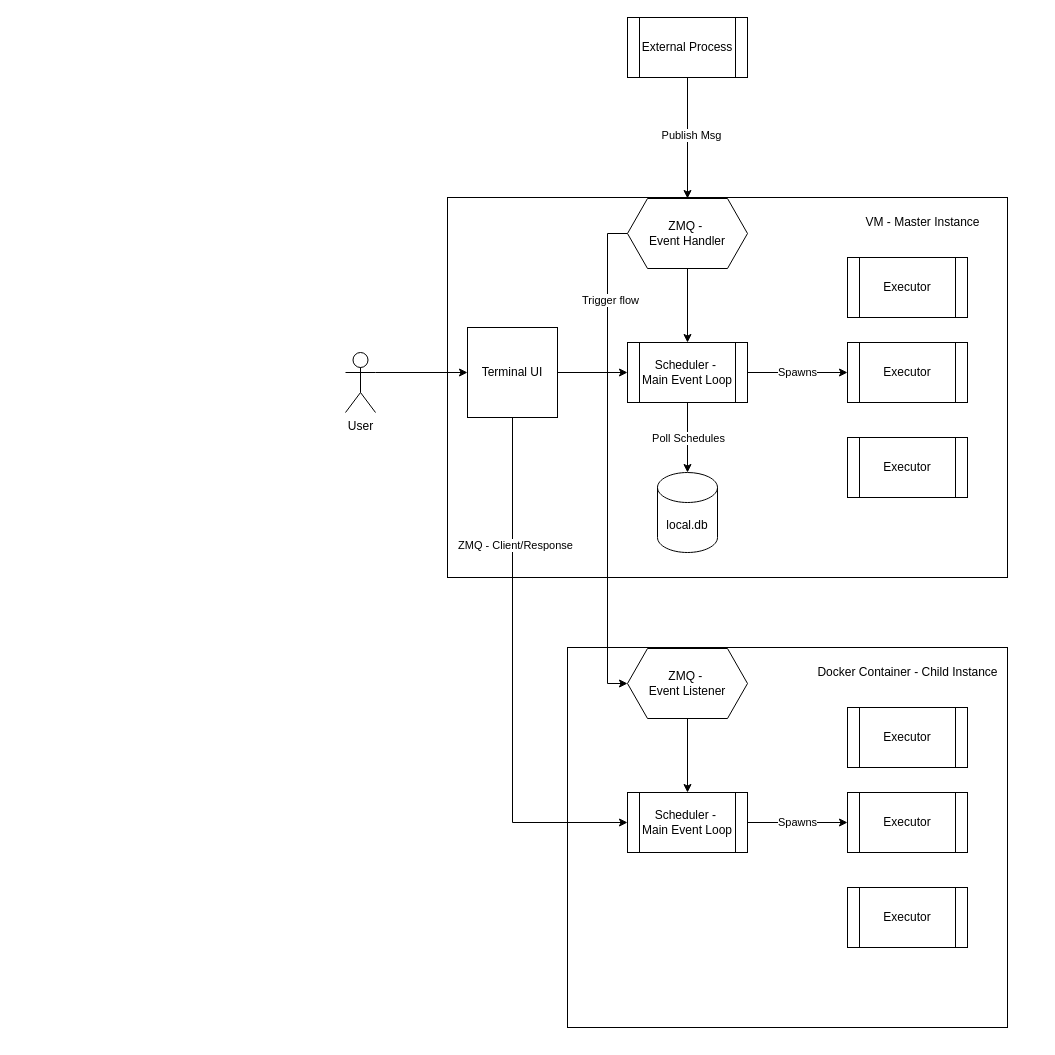
Before: Conducktor Architecture.drawio in nicelgueta/cdktr, a draw.io diagram. Source tidied: cells renumbered, new cells numbered last; positions are measured from the earlier drawing's top-left corner, leaving out a move shared by most shapes. Both pictures are drawn from the tidied source at 100%, with x=0, y=0 at pixel (345, 17).
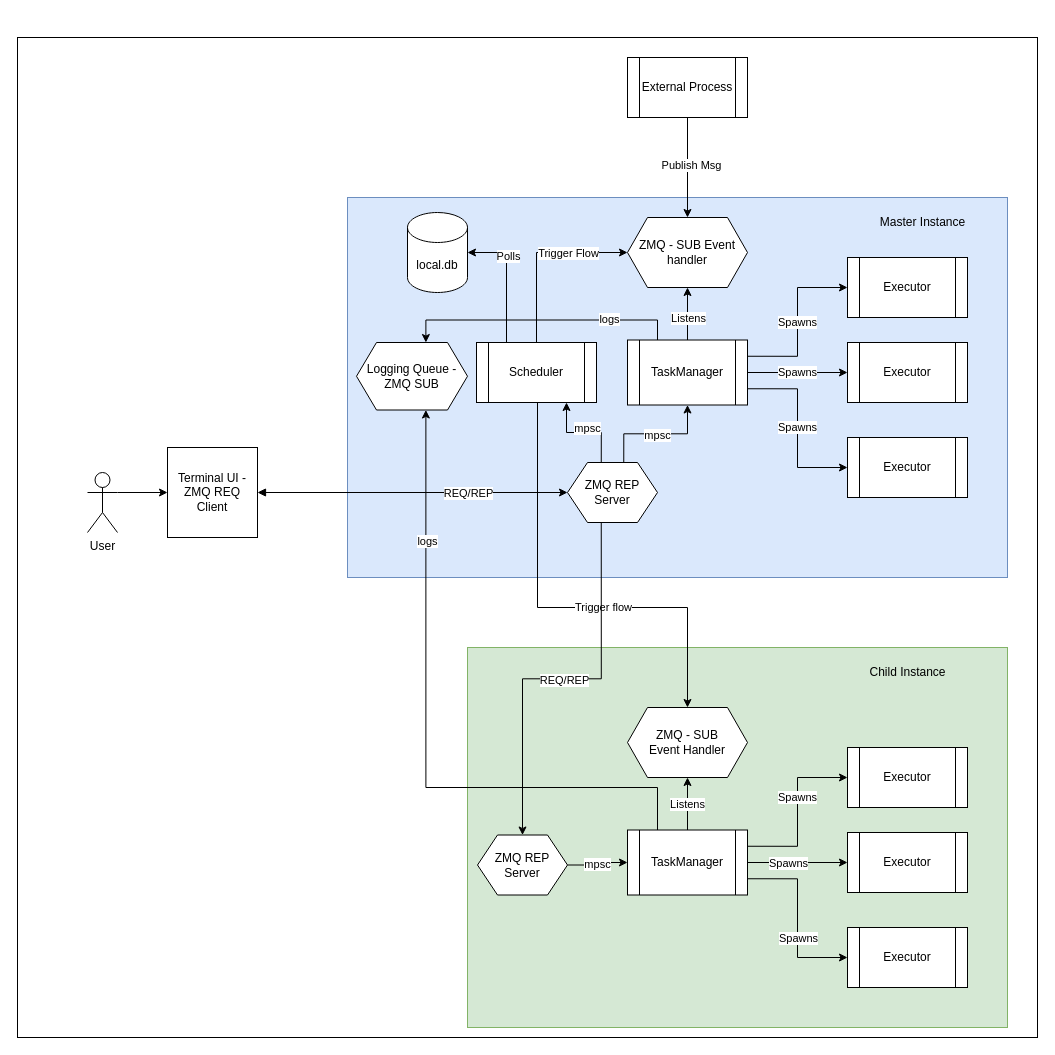
After the change.

Unchanged cells that the change refers to:
```xml
<mxCell id="23" value="Executor" style="shape=process;whiteSpace=wrap;html=1;backgroundOutline=1;" parent="1" vertex="1">
  <mxGeometry x="502" y="420" width="120" height="60" as="geometry" />
</mxCell>
<mxCell id="24" value="Executor" style="shape=process;whiteSpace=wrap;html=1;backgroundOutline=1;" parent="1" vertex="1">
  <mxGeometry x="502" y="240" width="120" height="60" as="geometry" />
</mxCell>
```

Change to the diagram source:
```diff
@@
+    <mxCell id="34" style="rounded=0;whiteSpace=wrap;html=1;align=right;shadow=0;" parent="1" vertex="1">
+      <mxGeometry x="-328" y="20" width="1020" height="1000" as="geometry" />
+    </mxCell>
-    <mxCell id="2" style="rounded=0;whiteSpace=wrap;html=1;align=right;" parent="1" vertex="1">
-      <mxGeometry x="222" y="630" width="440" height="380" as="geometry" />
+    <mxCell id="2" style="rounded=0;whiteSpace=wrap;html=1;align=right;fillColor=#d5e8d4;strokeColor=#82b366;" parent="1" vertex="1">
+      <mxGeometry x="122" y="630" width="540" height="380" as="geometry" />
     </mxCell>
-    <mxCell id="3" style="rounded=0;whiteSpace=wrap;html=1;align=right;" parent="1" vertex="1">
-      <mxGeometry x="102" y="180" width="560" height="380" as="geometry" />
+    <mxCell id="3" style="rounded=0;whiteSpace=wrap;html=1;align=right;fillColor=#dae8fc;strokeColor=#6c8ebf;" parent="1" vertex="1">
+      <mxGeometry x="2" y="180" width="660" height="380" as="geometry" />
     </mxCell>
@@
     <mxCell id="5" value="User" style="shape=umlActor;verticalLabelPosition=bottom;verticalAlign=top;html=1;outlineConnect=0;" parent="1" vertex="1">
-      <mxGeometry y="335" width="30" height="60" as="geometry" />
+      <mxGeometry x="-258" y="455" width="30" height="60" as="geometry" />
     </mxCell>
     <mxCell id="6" value="local.db" style="shape=cylinder3;whiteSpace=wrap;html=1;boundedLbl=1;backgroundOutline=1;size=15;" parent="1" vertex="1">
-      <mxGeometry x="312" y="455" width="60" height="80" as="geometry" />
+      <mxGeometry x="62" y="195" width="60" height="80" as="geometry" />
     </mxCell>
-    <mxCell id="7" style="edgeStyle=orthogonalEdgeStyle;rounded=0;jettySize=auto;html=1;entryX=0;entryY=0.5;entryDx=0;entryDy=0;" parent="1" edge="1" source="10" target="12">
-      <mxGeometry relative="1" as="geometry" />
-    </mxCell>
-    <mxCell id="8" style="edgeStyle=orthogonalEdgeStyle;rounded=0;jettySize=auto;html=1;entryX=0;entryY=0.5;entryDx=0;entryDy=0;exitX=0.5;exitY=1;exitDx=0;exitDy=0;" parent="1" edge="1" source="10" target="27">
-      <mxGeometry relative="1" as="geometry" />
-    </mxCell>
-    <mxCell id="9" value="ZMQ - Client/Response" style="edgeLabel;html=1;align=center;verticalAlign=middle;" parent="8" vertex="1">
-      <mxGeometry x="-0.51" y="2" relative="1" as="geometry" />
-    </mxCell>
+    <mxCell id="35" style="edgeStyle=orthogonalEdgeStyle;rounded=0;jettySize=auto;html=1;exitX=1;exitY=0.5;exitDx=0;exitDy=0;entryX=0;entryY=0.5;entryDx=0;entryDy=0;startArrow=block;startFill=1;" parent="1" edge="1" source="10" target="69">
+      <mxGeometry relative="1" as="geometry" />
+    </mxCell>
+    <mxCell id="36" value="REQ/REP" style="edgeLabel;html=1;align=center;verticalAlign=middle;" parent="35" vertex="1">
+      <mxGeometry x="-0.02" y="1" relative="1" as="geometry">
+        <mxPoint x="58" y="1" as="offset" />
+      </mxGeometry>
+    </mxCell>
-    <mxCell id="10" value="Terminal UI" style="whiteSpace=wrap;html=1;" parent="1" vertex="1">
-      <mxGeometry x="122" y="310" width="90" height="90" as="geometry" />
+    <mxCell id="10" value="Terminal UI - ZMQ REQ Client" style="whiteSpace=wrap;html=1;" parent="1" vertex="1">
+      <mxGeometry x="-178" y="430" width="90" height="90" as="geometry" />
     </mxCell>
@@
+    <mxCell id="37" style="edgeStyle=orthogonalEdgeStyle;rounded=0;jettySize=auto;html=1;exitX=0.5;exitY=0;exitDx=0;exitDy=0;entryX=0.5;entryY=1;entryDx=0;entryDy=0;" parent="1" edge="1" source="12" target="19">
+      <mxGeometry relative="1" as="geometry" />
+    </mxCell>
+    <mxCell id="38" value="Listens" style="edgeLabel;html=1;align=center;verticalAlign=middle;" parent="37" vertex="1">
+      <mxGeometry x="-0.37" relative="1" as="geometry">
+        <mxPoint y="-5" as="offset" />
+      </mxGeometry>
+    </mxCell>
+    <mxCell id="39" style="edgeStyle=orthogonalEdgeStyle;rounded=0;jettySize=auto;html=1;exitX=0.25;exitY=0;exitDx=0;exitDy=0;entryX=0.625;entryY=0;entryDx=0;entryDy=0;" parent="1" edge="1" source="12" target="73">
+      <mxGeometry relative="1" as="geometry" />
+    </mxCell>
+    <mxCell id="40" value="logs" style="edgeLabel;html=1;align=center;verticalAlign=middle;" parent="39" vertex="1">
+      <mxGeometry x="-0.5" y="-1" relative="1" as="geometry" />
+    </mxCell>
-    <mxCell id="12" value="Scheduler -&amp;nbsp;&lt;div&gt;Main Event Loop&lt;/div&gt;" style="shape=process;whiteSpace=wrap;html=1;backgroundOutline=1;" parent="1" vertex="1">
-      <mxGeometry x="282" y="325" width="120" height="60" as="geometry" />
+    <mxCell id="12" value="TaskManager" style="shape=process;whiteSpace=wrap;html=1;backgroundOutline=1;" parent="1" vertex="1">
+      <mxGeometry x="282" y="322.5" width="120" height="65" as="geometry" />
     </mxCell>
@@
-    <mxCell id="14" style="edgeStyle=orthogonalEdgeStyle;rounded=0;jettySize=auto;html=1;exitX=0.5;exitY=1;exitDx=0;exitDy=0;entryX=0.5;entryY=0;entryDx=0;entryDy=0;entryPerimeter=0;" parent="1" edge="1" source="12" target="6">
-      <mxGeometry relative="1" as="geometry" />
-    </mxCell>
-    <mxCell id="15" value="Poll Schedules" style="edgeLabel;html=1;align=center;verticalAlign=middle;" parent="14" vertex="1">
-      <mxGeometry x="0.34" relative="1" as="geometry">
-        <mxPoint y="-12" as="offset" />
-      </mxGeometry>
-    </mxCell>
-    <mxCell id="16" style="edgeStyle=orthogonalEdgeStyle;rounded=0;jettySize=auto;html=1;exitX=0.5;exitY=1;exitDx=0;exitDy=0;" parent="1" edge="1" source="19" target="12">
-      <mxGeometry relative="1" as="geometry" />
-    </mxCell>
-    <mxCell id="17" style="edgeStyle=orthogonalEdgeStyle;rounded=0;jettySize=auto;html=1;exitX=0;exitY=0.5;exitDx=0;exitDy=0;entryX=0;entryY=0.5;entryDx=0;entryDy=0;" parent="1" edge="1" source="19" target="30">
-      <mxGeometry relative="1" as="geometry" />
-    </mxCell>
-    <mxCell id="18" value="Trigger flow" style="edgeLabel;html=1;align=center;verticalAlign=middle;" parent="17" vertex="1">
-      <mxGeometry x="-0.65" y="2" relative="1" as="geometry" />
-    </mxCell>
-    <mxCell id="19" value="ZMQ -&amp;nbsp;&lt;div&gt;Event Handler&lt;/div&gt;" style="shape=hexagon;perimeter=hexagonPerimeter2;whiteSpace=wrap;html=1;fixedSize=1;" parent="1" vertex="1">
-      <mxGeometry x="282" y="181" width="120" height="70" as="geometry" />
+    <mxCell id="19" value="ZMQ - SUB Event handler" style="shape=hexagon;perimeter=hexagonPerimeter2;whiteSpace=wrap;html=1;fixedSize=1;" parent="1" vertex="1">
+      <mxGeometry x="282" y="200" width="120" height="70" as="geometry" />
     </mxCell>
@@
     <mxCell id="22" value="External Process" style="shape=process;whiteSpace=wrap;html=1;backgroundOutline=1;" parent="1" vertex="1">
-      <mxGeometry x="282" width="120" height="60" as="geometry" />
+      <mxGeometry x="282" y="40" width="120" height="60" as="geometry" />
     </mxCell>
@@
-    <mxCell id="25" value="VM - Master Instance" style="text;html=1;align=center;verticalAlign=middle;strokeColor=none;fillColor=none;" parent="1" vertex="1">
-      <mxGeometry x="507" y="190" width="140" height="30" as="geometry" />
+    <mxCell id="25" value="Master Instance" style="text;html=1;align=center;verticalAlign=middle;strokeColor=none;fillColor=none;" parent="1" vertex="1">
+      <mxGeometry x="522" y="190" width="110" height="30" as="geometry" />
     </mxCell>
-    <mxCell id="26" value="Spawns" style="edgeStyle=orthogonalEdgeStyle;rounded=0;jettySize=auto;html=1;" parent="1" edge="1" source="27" target="28">
-      <mxGeometry relative="1" as="geometry" />
+    <mxCell id="26" value="Spawns" style="edgeStyle=orthogonalEdgeStyle;rounded=0;orthogonalLoop=1;jettySize=auto;html=1;" parent="1" edge="1">
+      <mxGeometry relative="1" as="geometry">
+        <mxPoint x="502" y="805" as="targetPoint" />
+      </mxGeometry>
     </mxCell>
-    <mxCell id="27" value="Scheduler -&amp;nbsp;&lt;div&gt;Main Event Loop&lt;/div&gt;" style="shape=process;whiteSpace=wrap;html=1;backgroundOutline=1;" parent="1" vertex="1">
-      <mxGeometry x="282" y="775" width="120" height="60" as="geometry" />
-    </mxCell>
-    <mxCell id="28" value="Executor" style="shape=process;whiteSpace=wrap;html=1;backgroundOutline=1;" parent="1" vertex="1">
-      <mxGeometry x="502" y="775" width="120" height="60" as="geometry" />
-    </mxCell>
-    <mxCell id="29" style="edgeStyle=orthogonalEdgeStyle;rounded=0;jettySize=auto;html=1;exitX=0.5;exitY=1;exitDx=0;exitDy=0;" parent="1" edge="1" source="30" target="27">
-      <mxGeometry relative="1" as="geometry" />
+    <mxCell id="29" style="edgeStyle=orthogonalEdgeStyle;rounded=0;orthogonalLoop=1;jettySize=auto;html=1;exitX=0.5;exitY=1;exitDx=0;exitDy=0;" parent="1" edge="1">
+      <mxGeometry relative="1" as="geometry">
+        <mxPoint x="332" y="710" as="sourcePoint" />
+      </mxGeometry>
     </mxCell>
-    <mxCell id="30" value="ZMQ -&amp;nbsp;&lt;div&gt;Event Listener&lt;/div&gt;" style="shape=hexagon;perimeter=hexagonPerimeter2;whiteSpace=wrap;html=1;fixedSize=1;" parent="1" vertex="1">
-      <mxGeometry x="282" y="631" width="120" height="70" as="geometry" />
-    </mxCell>
-    <mxCell id="31" value="Executor" style="shape=process;whiteSpace=wrap;html=1;backgroundOutline=1;" parent="1" vertex="1">
-      <mxGeometry x="502" y="870" width="120" height="60" as="geometry" />
-    </mxCell>
-    <mxCell id="32" value="Executor" style="shape=process;whiteSpace=wrap;html=1;backgroundOutline=1;" parent="1" vertex="1">
-      <mxGeometry x="502" y="690" width="120" height="60" as="geometry" />
-    </mxCell>
-    <mxCell id="33" value="Docker Container - Child Instance" style="text;html=1;align=center;verticalAlign=middle;strokeColor=none;fillColor=none;" parent="1" vertex="1">
-      <mxGeometry x="462" y="640" width="200" height="30" as="geometry" />
+    <mxCell id="33" value="Child Instance" style="text;html=1;align=center;verticalAlign=middle;strokeColor=none;fillColor=none;" parent="1" vertex="1">
+      <mxGeometry x="512" y="640" width="100" height="30" as="geometry" />
     </mxCell>
+    <mxCell id="41" value="Spawns" style="edgeStyle=orthogonalEdgeStyle;rounded=0;jettySize=auto;html=1;exitX=1;exitY=0.25;exitDx=0;exitDy=0;entryX=0;entryY=0.5;entryDx=0;entryDy=0;" parent="1" edge="1" source="12" target="24">
+      <mxGeometry relative="1" as="geometry" />
+    </mxCell>
+    <mxCell id="42" value="Spawns" style="edgeStyle=orthogonalEdgeStyle;rounded=0;jettySize=auto;html=1;exitX=1;exitY=0.75;exitDx=0;exitDy=0;entryX=0;entryY=0.5;entryDx=0;entryDy=0;" parent="1" edge="1" source="12" target="23">
+      <mxGeometry relative="1" as="geometry" />
+    </mxCell>
+    <mxCell id="43" style="edgeStyle=orthogonalEdgeStyle;rounded=0;jettySize=auto;html=1;exitX=0.5;exitY=0;exitDx=0;exitDy=0;entryX=0;entryY=0.5;entryDx=0;entryDy=0;" parent="1" edge="1" source="46" target="19">
+      <mxGeometry relative="1" as="geometry" />
+    </mxCell>
+    <mxCell id="44" value="Trigger Flow" style="edgeLabel;html=1;align=center;verticalAlign=middle;" parent="43" vertex="1">
+      <mxGeometry x="0.21" relative="1" as="geometry">
+        <mxPoint x="11" as="offset" />
+      </mxGeometry>
+    </mxCell>
+    <mxCell id="45" style="edgeStyle=orthogonalEdgeStyle;rounded=0;jettySize=auto;html=1;exitX=0.5;exitY=1;exitDx=0;exitDy=0;entryX=0.5;entryY=0;entryDx=0;entryDy=0;" parent="1" edge="1" source="46" target="60">
+      <mxGeometry relative="1" as="geometry">
+        <Array as="points">
+          <mxPoint x="192" y="590" />
+          <mxPoint x="342" y="590" />
+        </Array>
+      </mxGeometry>
+    </mxCell>
+    <mxCell id="18" value="Trigger flow" style="edgeLabel;html=1;align=center;verticalAlign=middle;" parent="45" vertex="1">
+      <mxGeometry x="0.19" y="1" relative="1" as="geometry" />
+    </mxCell>
+    <mxCell id="46" value="Scheduler" style="shape=process;whiteSpace=wrap;html=1;backgroundOutline=1;" parent="1" vertex="1">
+      <mxGeometry x="131" y="325" width="120" height="60" as="geometry" />
+    </mxCell>
+    <mxCell id="47" style="edgeStyle=orthogonalEdgeStyle;rounded=0;jettySize=auto;html=1;exitX=0.25;exitY=0;exitDx=0;exitDy=0;entryX=1;entryY=0.5;entryDx=0;entryDy=0;entryPerimeter=0;" parent="1" edge="1" source="46" target="6">
+      <mxGeometry relative="1" as="geometry" />
+    </mxCell>
+    <mxCell id="48" value="Polls" style="edgeLabel;html=1;align=center;verticalAlign=middle;" parent="47" vertex="1">
+      <mxGeometry x="0.35" y="-1" relative="1" as="geometry" />
+    </mxCell>
+    <mxCell id="49" style="edgeStyle=orthogonalEdgeStyle;rounded=0;jettySize=auto;html=1;exitX=1;exitY=0.5;exitDx=0;exitDy=0;entryX=0;entryY=0.5;entryDx=0;entryDy=0;" parent="1" edge="1" source="58" target="59">
+      <mxGeometry relative="1" as="geometry" />
+    </mxCell>
+    <mxCell id="50" value="Spawns" style="edgeLabel;html=1;align=center;verticalAlign=middle;" parent="49" vertex="1">
+      <mxGeometry x="-0.3" relative="1" as="geometry">
+        <mxPoint x="5" as="offset" />
+      </mxGeometry>
+    </mxCell>
+    <mxCell id="51" style="edgeStyle=orthogonalEdgeStyle;rounded=0;jettySize=auto;html=1;exitX=1;exitY=0.25;exitDx=0;exitDy=0;entryX=0;entryY=0.5;entryDx=0;entryDy=0;" parent="1" edge="1" source="58" target="62">
+      <mxGeometry relative="1" as="geometry" />
+    </mxCell>
+    <mxCell id="52" value="Spawns" style="edgeLabel;html=1;align=center;verticalAlign=middle;" parent="51" vertex="1">
+      <mxGeometry x="0.17" y="1" relative="1" as="geometry" />
+    </mxCell>
+    <mxCell id="53" style="edgeStyle=orthogonalEdgeStyle;rounded=0;jettySize=auto;html=1;exitX=1;exitY=0.75;exitDx=0;exitDy=0;entryX=0;entryY=0.5;entryDx=0;entryDy=0;" parent="1" edge="1" source="58" target="61">
+      <mxGeometry relative="1" as="geometry" />
+    </mxCell>
+    <mxCell id="54" value="Spawns" style="edgeLabel;html=1;align=center;verticalAlign=middle;" parent="53" vertex="1">
+      <mxGeometry x="0.22" relative="1" as="geometry" />
+    </mxCell>
+    <mxCell id="55" value="Listens" style="edgeStyle=orthogonalEdgeStyle;rounded=0;jettySize=auto;html=1;exitX=0.5;exitY=0;exitDx=0;exitDy=0;entryX=0.5;entryY=1;entryDx=0;entryDy=0;" parent="1" edge="1" source="58" target="60">
+      <mxGeometry relative="1" as="geometry" />
+    </mxCell>
+    <mxCell id="56" style="edgeStyle=orthogonalEdgeStyle;rounded=0;jettySize=auto;html=1;exitX=0.25;exitY=0;exitDx=0;exitDy=0;entryX=0.625;entryY=1;entryDx=0;entryDy=0;" parent="1" edge="1" source="58" target="73">
+      <mxGeometry relative="1" as="geometry">
+        <Array as="points">
+          <mxPoint x="312" y="770" />
+          <mxPoint x="80" y="770" />
+        </Array>
+      </mxGeometry>
+    </mxCell>
+    <mxCell id="57" value="logs" style="edgeLabel;html=1;align=center;verticalAlign=middle;" parent="56" vertex="1">
+      <mxGeometry x="0.6" y="-1" relative="1" as="geometry" />
+    </mxCell>
+    <mxCell id="58" value="TaskManager" style="shape=process;whiteSpace=wrap;html=1;backgroundOutline=1;" parent="1" vertex="1">
+      <mxGeometry x="282" y="812.5" width="120" height="65" as="geometry" />
+    </mxCell>
+    <mxCell id="59" value="Executor" style="shape=process;whiteSpace=wrap;html=1;backgroundOutline=1;" parent="1" vertex="1">
+      <mxGeometry x="502" y="815" width="120" height="60" as="geometry" />
+    </mxCell>
+    <mxCell id="60" value="ZMQ - SUB&lt;div&gt;Event Handler&lt;/div&gt;" style="shape=hexagon;perimeter=hexagonPerimeter2;whiteSpace=wrap;html=1;fixedSize=1;" parent="1" vertex="1">
+      <mxGeometry x="282" y="690" width="120" height="70" as="geometry" />
+    </mxCell>
+    <mxCell id="61" value="Executor" style="shape=process;whiteSpace=wrap;html=1;backgroundOutline=1;" parent="1" vertex="1">
+      <mxGeometry x="502" y="910" width="120" height="60" as="geometry" />
+    </mxCell>
+    <mxCell id="62" value="Executor" style="shape=process;whiteSpace=wrap;html=1;backgroundOutline=1;" parent="1" vertex="1">
+      <mxGeometry x="502" y="730" width="120" height="60" as="geometry" />
+    </mxCell>
+    <mxCell id="63" style="edgeStyle=orthogonalEdgeStyle;rounded=0;jettySize=auto;html=1;exitX=0.625;exitY=0;exitDx=0;exitDy=0;entryX=0.5;entryY=1;entryDx=0;entryDy=0;" parent="1" edge="1" source="69" target="12">
+      <mxGeometry relative="1" as="geometry" />
+    </mxCell>
+    <mxCell id="64" value="mpsc" style="edgeLabel;html=1;align=center;verticalAlign=middle;" parent="63" vertex="1">
+      <mxGeometry x="-0.47" y="-1" relative="1" as="geometry">
+        <mxPoint x="30" as="offset" />
+      </mxGeometry>
+    </mxCell>
+    <mxCell id="65" style="edgeStyle=orthogonalEdgeStyle;rounded=0;jettySize=auto;html=1;exitX=0.375;exitY=0;exitDx=0;exitDy=0;entryX=0.75;entryY=1;entryDx=0;entryDy=0;" parent="1" edge="1" source="69" target="46">
+      <mxGeometry relative="1" as="geometry" />
+    </mxCell>
+    <mxCell id="66" value="mpsc" style="edgeLabel;html=1;align=center;verticalAlign=middle;" parent="65" vertex="1">
+      <mxGeometry x="-0.18" y="2" relative="1" as="geometry">
+        <mxPoint x="-5" y="-7" as="offset" />
+      </mxGeometry>
+    </mxCell>
+    <mxCell id="67" style="edgeStyle=orthogonalEdgeStyle;rounded=0;jettySize=auto;html=1;exitX=0.375;exitY=1;exitDx=0;exitDy=0;entryX=0.5;entryY=0;entryDx=0;entryDy=0;" parent="1" edge="1" source="69" target="72">
+      <mxGeometry relative="1" as="geometry" />
+    </mxCell>
+    <mxCell id="68" value="REQ/REP" style="edgeLabel;html=1;align=center;verticalAlign=middle;" parent="67" vertex="1">
+      <mxGeometry x="-0.01" y="1" relative="1" as="geometry" />
+    </mxCell>
+    <mxCell id="69" value="ZMQ REP Server" style="shape=hexagon;perimeter=hexagonPerimeter2;whiteSpace=wrap;html=1;fixedSize=1;" parent="1" vertex="1">
+      <mxGeometry x="222" y="445" width="90" height="60" as="geometry" />
+    </mxCell>
+    <mxCell id="70" style="edgeStyle=orthogonalEdgeStyle;rounded=0;jettySize=auto;html=1;exitX=1;exitY=0.5;exitDx=0;exitDy=0;entryX=0;entryY=0.5;entryDx=0;entryDy=0;" parent="1" edge="1" source="72" target="58">
+      <mxGeometry relative="1" as="geometry" />
+    </mxCell>
+    <mxCell id="71" value="mpsc" style="edgeLabel;html=1;align=center;verticalAlign=middle;" parent="70" vertex="1">
+      <mxGeometry x="-0.07" y="1" relative="1" as="geometry" />
+    </mxCell>
+    <mxCell id="72" value="ZMQ REP Server" style="shape=hexagon;perimeter=hexagonPerimeter2;whiteSpace=wrap;html=1;fixedSize=1;" parent="1" vertex="1">
+      <mxGeometry x="132" y="817.5" width="90" height="60" as="geometry" />
+    </mxCell>
+    <mxCell id="73" value="Logging Queue - ZMQ SUB" style="shape=hexagon;perimeter=hexagonPerimeter2;whiteSpace=wrap;html=1;fixedSize=1;" parent="1" vertex="1">
+      <mxGeometry x="11" y="325" width="111" height="67.5" as="geometry" />
+    </mxCell>
```
